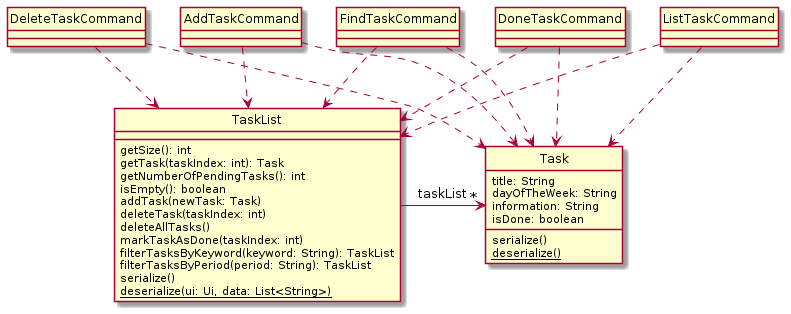
This is docs/images/TaskComponentDiagram.png from nus-cs2113-AY2122S1/tp, a PlantUML export, as it was before one commit.
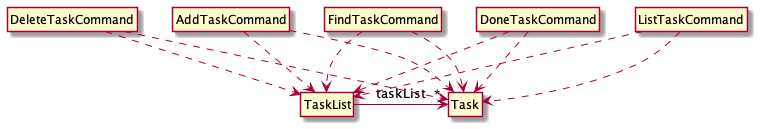
The same file after the commit.

Commit message:
Remove attributes from model component UML diagram

Change to the diagram source:
```diff
@@ -2,32 +2,12 @@
 hide circle
 skinparam classAttributeIconSize 0
 
-class Task {
-    title: String
-    dayOfTheWeek: String
-    information: String
-    isDone: boolean
-
-    serialize()
-    {static} deserialize()
-}
-
-class TaskList {
-    getSize(): int
-    getTask(taskIndex: int): Task
-    getNumberOfPendingTasks(): int
-    isEmpty(): boolean
-    addTask(newTask: Task)
-    deleteTask(taskIndex: int)
-    deleteAllTasks()
-    markTaskAsDone(taskIndex: int)
-    filterTasksByKeyword(keyword: String): TaskList
-    filterTasksByPeriod(period: String): TaskList
-    serialize()
-    {static} deserialize(ui: Ui, data: List<String>)
-}
+class Task
+class TaskList
 
 TaskList -> "*" Task : taskList
+
+hide members
 
 class AddTaskCommand
 class DeleteTaskCommand
```
